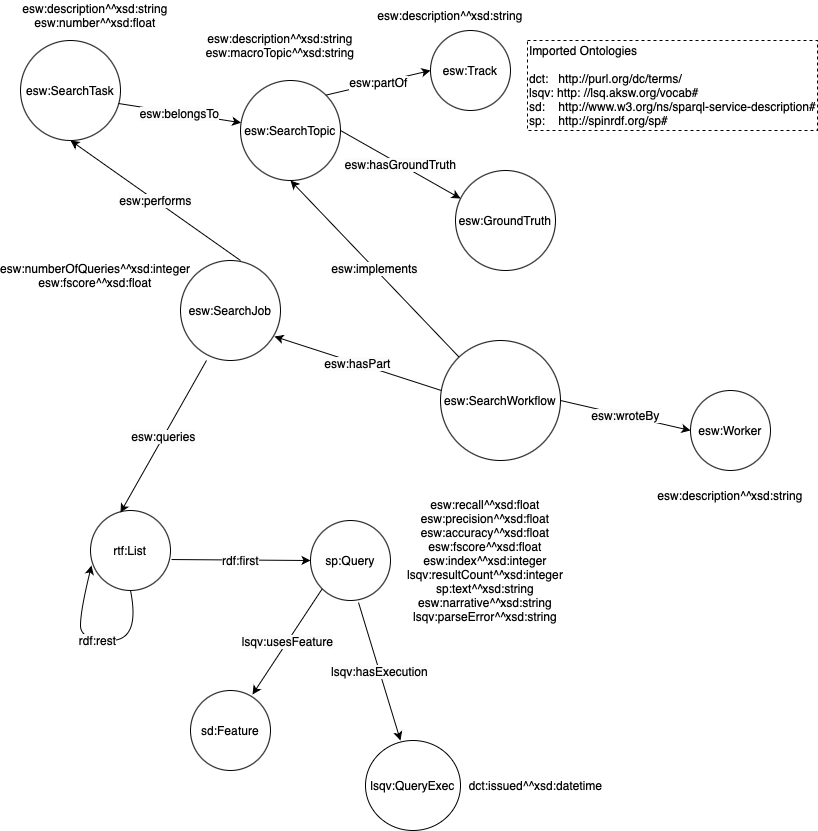
Above: ontology/esw-ontology.png in prapalu/esw (draw.io), before the change. Source tidied: cells renumbered, new cells last; positions are measured from the earlier drawing's top-left corner, leaving out a move shared by most shapes.
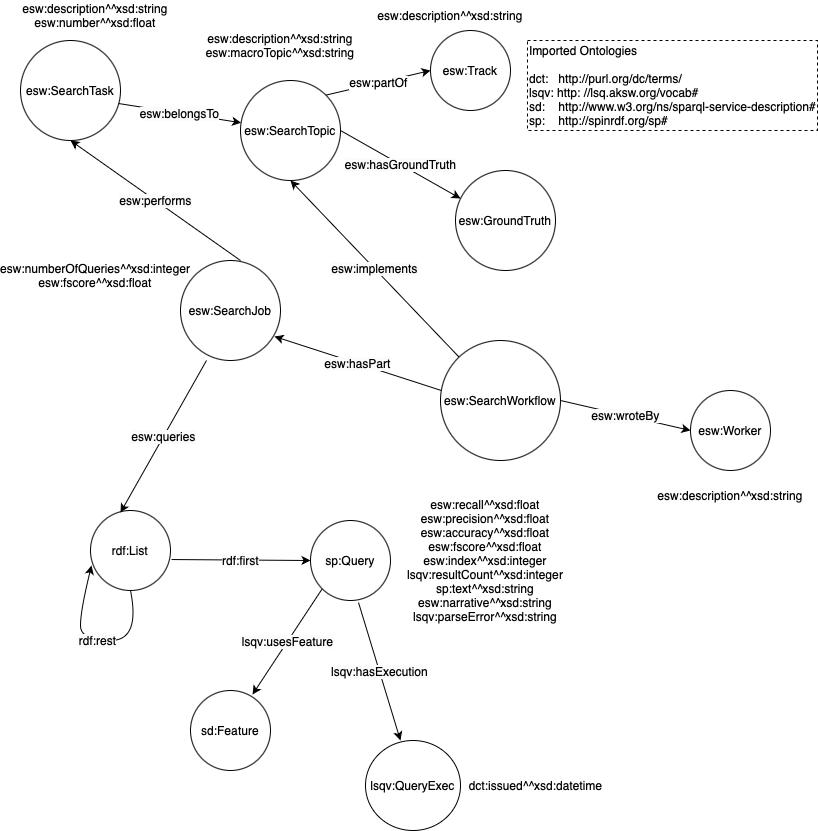
The same file after the commit.

Diff of the diagram source:
```diff
@@ -47,7 +47,7 @@
     <mxCell id="16" value="&lt;span style=&quot;caret-color: rgb(0, 0, 0); color: rgb(0, 0, 0); font-family: Helvetica; font-size: 12px; font-style: normal; font-variant-caps: normal; font-weight: 400; letter-spacing: normal; text-align: center; text-indent: 0px; text-transform: none; word-spacing: 0px; -webkit-text-stroke-width: 0px; background-color: rgb(251, 251, 251); text-decoration: none; float: none; display: inline !important;&quot;&gt;esw:performs&lt;/span&gt;" style="endArrow=classic;html=1;rounded=0;exitX=0.6;exitY=0;exitDx=0;exitDy=0;exitPerimeter=0;entryX=0.5;entryY=1;entryDx=0;entryDy=0;fontSize=12;" parent="1" edge="1" source="8" target="7">
       <mxGeometry relative="1" as="geometry" />
     </mxCell>
-    <mxCell id="17" value="rtf:List" style="ellipse;whiteSpace=wrap;html=1;" parent="1" vertex="1">
+    <mxCell id="17" value="rdf:List" style="ellipse;whiteSpace=wrap;html=1;" parent="1" vertex="1">
       <mxGeometry x="90" y="510" width="80" height="80" as="geometry" />
     </mxCell>
     <mxCell id="18" value="&lt;span style=&quot;caret-color: rgb(0, 0, 0); color: rgb(0, 0, 0); font-family: Helvetica; font-size: 12px; font-style: normal; font-variant-caps: normal; font-weight: 400; letter-spacing: normal; text-align: center; text-indent: 0px; text-transform: none; word-spacing: 0px; -webkit-text-stroke-width: 0px; background-color: rgb(251, 251, 251); text-decoration: none; float: none; display: inline !important;&quot;&gt;esw:queries&lt;/span&gt;" style="endArrow=classic;html=1;rounded=0;exitX=0.26;exitY=1;exitDx=0;exitDy=0;entryX=0.375;entryY=0.025;entryDx=0;entryDy=0;exitPerimeter=0;entryPerimeter=0;fontSize=12;" parent="1" edge="1" source="8" target="17">
```
